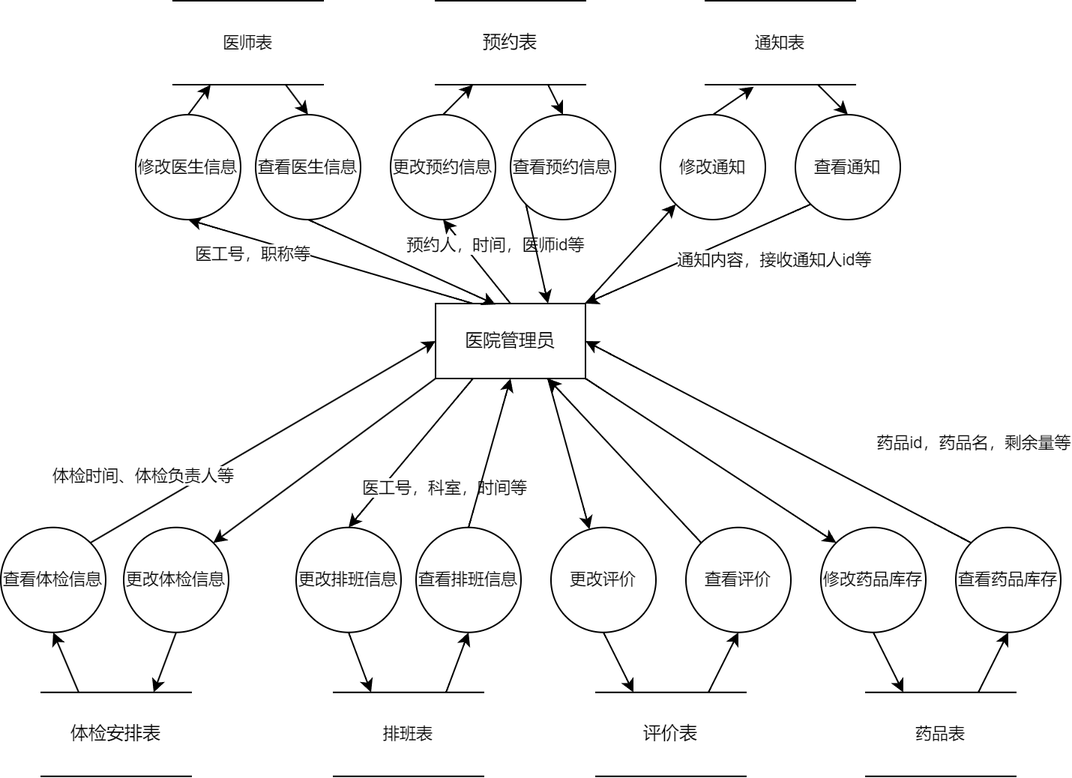
Earlier version of the draw.io export docs/系统设计报告/images/doctorAdmin_dataflow.png (Meng-XuanYu/Medical_System). Source tidied: cells renumbered, new cells last; positions are measured from the earlier drawing's top-left corner, leaving out a move shared by most shapes.
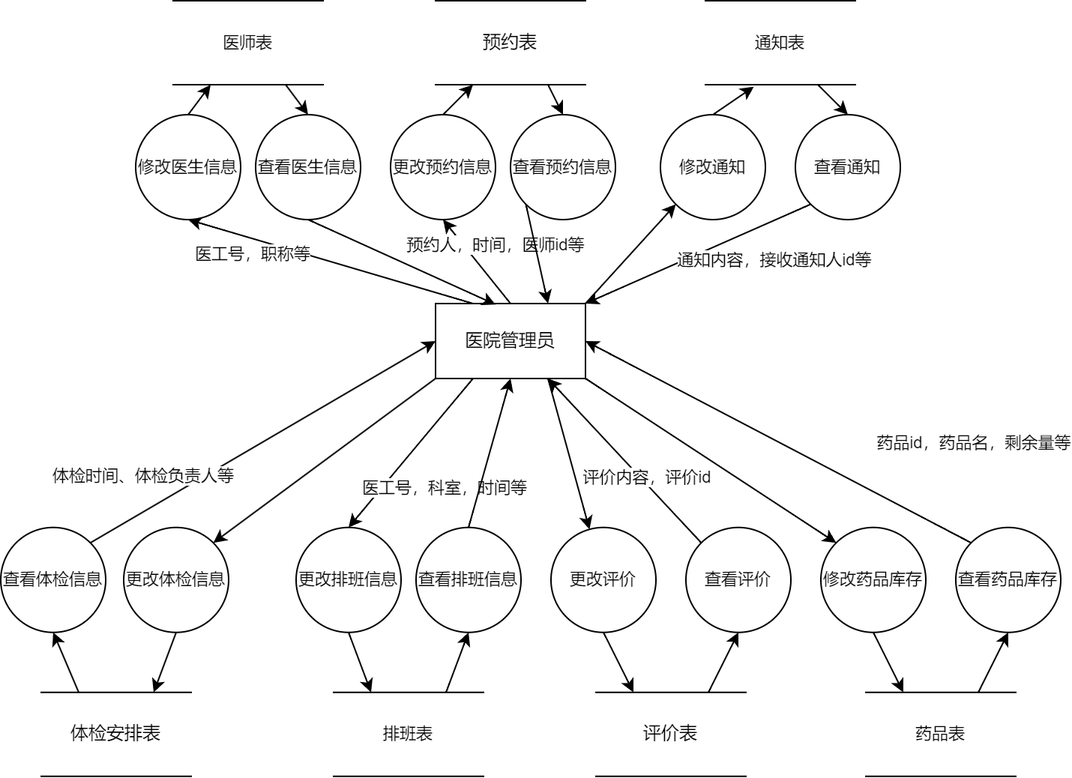
Above is the later version.

Diff of the diagram source:
```diff
@@ -159,6 +159,9 @@
     <mxCell id="50" style="edgeStyle=none;shape=connector;curved=1;rounded=0;jettySize=auto;html=1;exitX=0;exitY=0;exitDx=0;exitDy=0;entryX=0.75;entryY=1;entryDx=0;entryDy=0;strokeColor=default;align=center;verticalAlign=middle;fontFamily=Helvetica;fontSize=11;fontColor=default;labelBackgroundColor=default;endArrow=classic;" parent="1" edge="1" source="49" target="13">
       <mxGeometry relative="1" as="geometry" />
     </mxCell>
+    <mxCell id="58" value="评价内容，评价id" style="edgeLabel;html=1;align=center;verticalAlign=middle;fontFamily=Helvetica;fontSize=11;fontColor=default;labelBackgroundColor=default;" parent="50" vertex="1">
+      <mxGeometry x="-0.24" y="-3" relative="1" as="geometry" />
+    </mxCell>
     <mxCell id="51" style="rounded=0;jettySize=auto;html=1;exitX=0.5;exitY=1;exitDx=0;exitDy=0;entryX=0.75;entryY=0;entryDx=0;entryDy=0;" parent="1" edge="1" source="52" target="57">
       <mxGeometry relative="1" as="geometry" />
     </mxCell>
```
